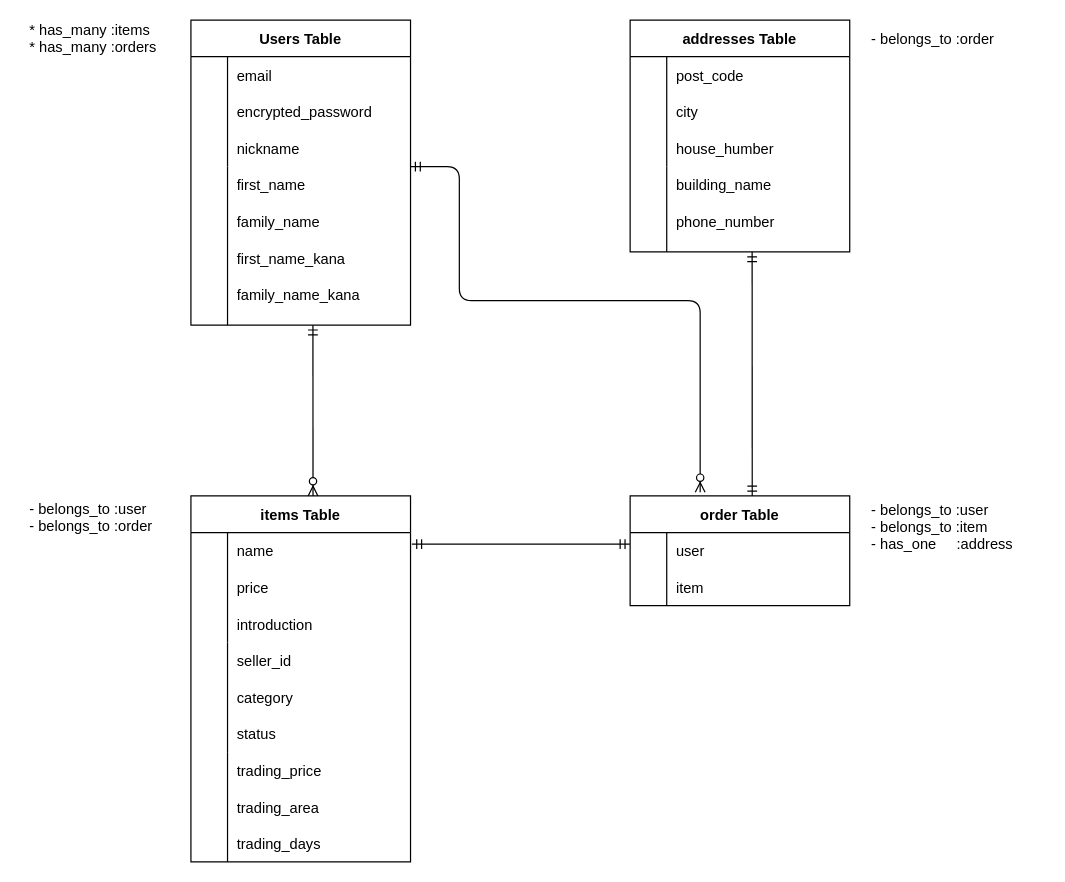
This is test.dio from Hiro0608/furima-38192, a draw.io file, before an edit. Source tidied: cells renumbered, new cells numbered last; positions are measured from the earlier drawing's top-left corner, leaving out a move shared by most shapes. Both pictures are drawn from the tidied source at 122%, with x=0, y=0 at pixel (20, 20).
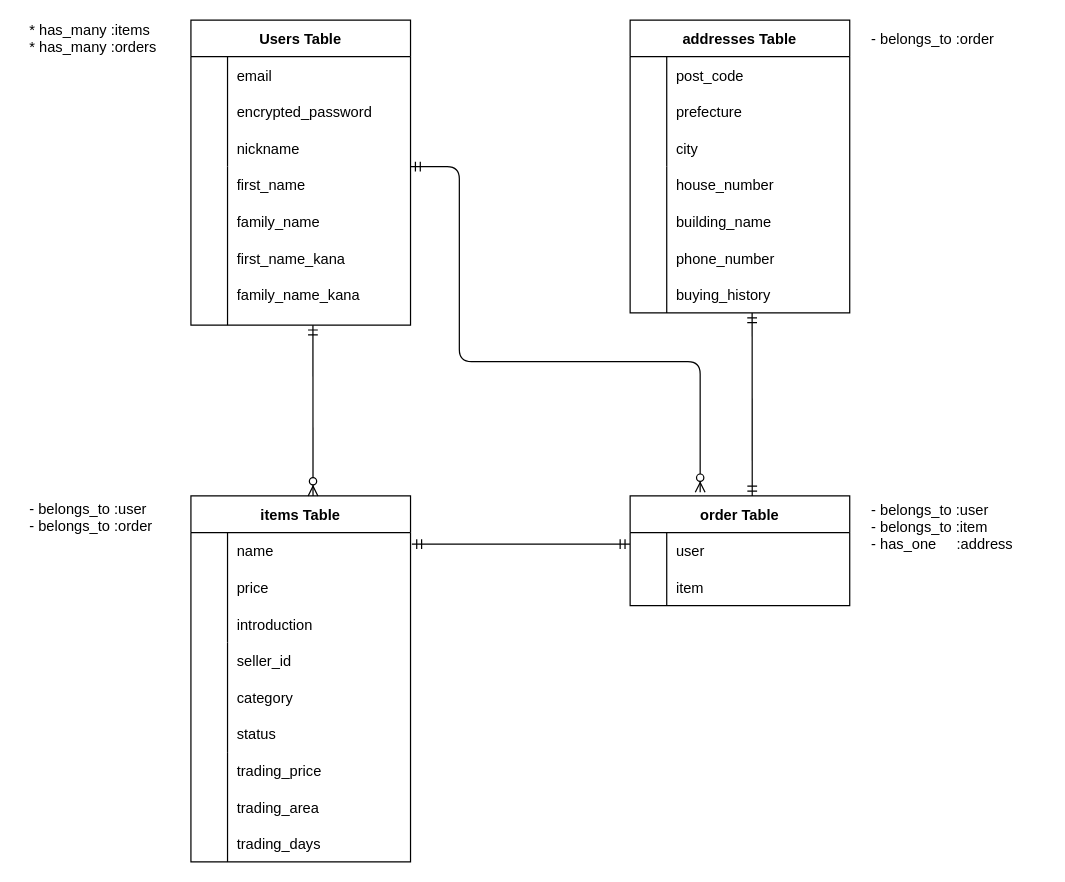
The same diagram, later.

The change refers to these unchanged cells:
```xml
<mxCell id="22" value="order Table" style="shape=table;startSize=30;childLayout=tableLayout;rowLines=0;fontStyle=1;align=center;" parent="1" vertex="1">
  <mxGeometry x="500" y="390" width="180" height="90" as="geometry" />
</mxCell>
<mxCell id="33" style="shape=partialRectangle;fillColor=none;top=0;left=0;bottom=0;right=0;" parent="29" vertex="1">
  <mxGeometry y="60" width="180" height="30" as="geometry" />
</mxCell>
<mxCell id="36" style="shape=partialRectangle;fillColor=none;top=0;left=0;bottom=0;right=0;" parent="29" vertex="1">
  <mxGeometry y="90" width="180" height="30" as="geometry" />
</mxCell>
```

What changed in the source:
```diff
@@
     <mxCell id="29" value="addresses Table" style="shape=table;startSize=30;childLayout=tableLayout;rowLines=0;fontStyle=1;align=center;" parent="1" vertex="1">
-      <mxGeometry x="500" width="180" height="190" as="geometry" />
+      <mxGeometry x="500" width="180" height="240" as="geometry" />
     </mxCell>
@@
-    <mxCell id="35" value="city" style="shape=partialRectangle;fillColor=none;top=0;left=0;bottom=0;right=0;align=left;spacingLeft=6;overflow=hidden;" parent="33" vertex="1">
+    <mxCell id="35" value="prefecture" style="shape=partialRectangle;fillColor=none;top=0;left=0;bottom=0;right=0;align=left;spacingLeft=6;overflow=hidden;" parent="33" vertex="1">
       <mxGeometry x="30" width="150" height="30" as="geometry" />
     </mxCell>
@@
-    <mxCell id="38" value="house_humber" style="shape=partialRectangle;fillColor=none;top=0;left=0;bottom=0;right=0;align=left;spacingLeft=6;overflow=hidden;" parent="36" vertex="1">
+    <mxCell id="38" value="city" style="shape=partialRectangle;fillColor=none;top=0;left=0;bottom=0;right=0;align=left;spacingLeft=6;overflow=hidden;" parent="36" vertex="1">
       <mxGeometry x="30" width="150" height="30" as="geometry" />
     </mxCell>
@@
-    <mxCell id="48" value="building_name" style="shape=partialRectangle;fillColor=none;top=0;left=0;bottom=0;right=0;align=left;spacingLeft=6;overflow=hidden;" parent="1" vertex="1">
+    <mxCell id="48" value="house_number" style="shape=partialRectangle;fillColor=none;top=0;left=0;bottom=0;right=0;align=left;spacingLeft=6;overflow=hidden;" parent="1" vertex="1">
       <mxGeometry x="530" y="120" width="150" height="30" as="geometry" />
     </mxCell>
-    <mxCell id="49" value="phone_number" style="shape=partialRectangle;fillColor=none;top=0;left=0;bottom=0;right=0;align=left;spacingLeft=6;overflow=hidden;" parent="1" vertex="1">
+    <mxCell id="49" value="building_name" style="shape=partialRectangle;fillColor=none;top=0;left=0;bottom=0;right=0;align=left;spacingLeft=6;overflow=hidden;" parent="1" vertex="1">
       <mxGeometry x="530" y="150" width="150" height="30" as="geometry" />
     </mxCell>
@@
     <mxCell id="51" style="fontSize=12;html=1;endArrow=ERmandOne;startArrow=ERmandOne;exitX=0.556;exitY=0;exitDx=0;exitDy=0;exitPerimeter=0;" parent="1" edge="1" source="22">
       <mxGeometry relative="1" as="geometry">
-        <mxPoint x="600" y="190" as="targetPoint" />
+        <mxPoint x="600" y="240" as="targetPoint" />
       </mxGeometry>
     </mxCell>
     <mxCell id="52" style="edgeStyle=orthogonalEdgeStyle;fontSize=12;html=1;endArrow=ERzeroToMany;startArrow=ERmandOne;entryX=0.319;entryY=-0.033;entryDx=0;entryDy=0;entryPerimeter=0;" parent="1" edge="1" target="22">
       <mxGeometry relative="1" as="geometry">
         <mxPoint x="320" y="120" as="sourcePoint" />
         <Array as="points">
           <mxPoint x="360" y="120" />
-          <mxPoint x="360" y="230" />
-          <mxPoint x="557" y="230" />
+          <mxPoint x="360" y="280" />
+          <mxPoint x="557" y="280" />
         </Array>
       </mxGeometry>
     </mxCell>
@@
+    <mxCell id="63" value="phone_number" style="shape=partialRectangle;fillColor=none;top=0;left=0;bottom=0;right=0;align=left;spacingLeft=6;overflow=hidden;" parent="1" vertex="1">
+      <mxGeometry x="530" y="180" width="150" height="30" as="geometry" />
+    </mxCell>
+    <mxCell id="64" value="buying_history" style="shape=partialRectangle;fillColor=none;top=0;left=0;bottom=0;right=0;align=left;spacingLeft=6;overflow=hidden;" parent="1" vertex="1">
+      <mxGeometry x="530" y="210" width="150" height="30" as="geometry" />
+    </mxCell>
+    <mxCell id="65" style="endArrow=none;html=1;rounded=0;" parent="1" edge="1">
+      <mxGeometry relative="1" as="geometry">
+        <mxPoint x="530" y="240" as="sourcePoint" />
+        <mxPoint x="530" y="190" as="targetPoint" />
+      </mxGeometry>
+    </mxCell>
```
